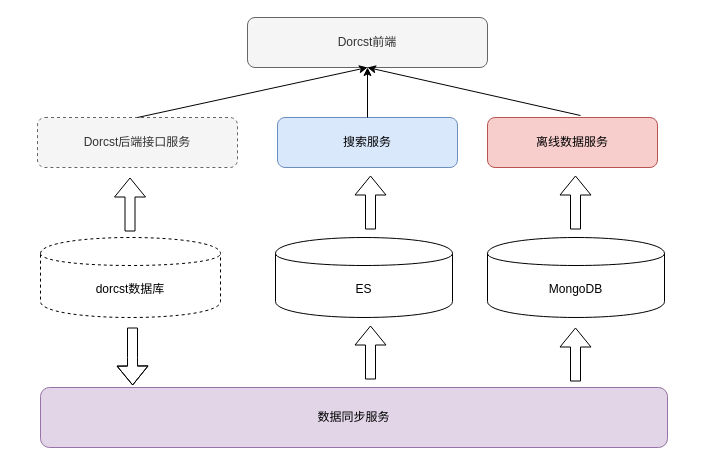
mianshenglee/dataStorage keeps this draw.io diagram as page "数据归档架构" (1 of 2) of drwaio/zzdx/dorcst离线数据归档.drawio. Above is the earlier version. Source tidied: cells renumbered, new cells numbered last; positions are measured from the earlier drawing's top-left corner, leaving out a move shared by most shapes. Both pictures are drawn from the tidied source at 100%, with x=0, y=0 at pixel (37, 17).
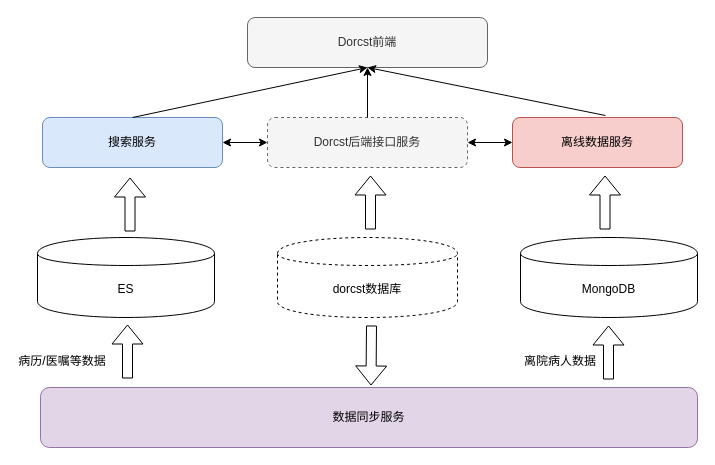
Above is the later version.

Commit message:
Update dorcst离线数据归档.drawio

Change to the diagram source:
```diff
@@
     <mxCell id="3" value="Dorcst后端接口服务" style="rounded=1;whiteSpace=wrap;html=1;dashed=1;fillColor=#f5f5f5;strokeColor=#666666;fontColor=#333333;" parent="1" vertex="1">
-      <mxGeometry y="100" width="200" height="50" as="geometry" />
+      <mxGeometry x="230" y="100" width="200" height="50" as="geometry" />
     </mxCell>
     <mxCell id="4" value="搜索服务" style="rounded=1;whiteSpace=wrap;html=1;fillColor=#dae8fc;strokeColor=#6c8ebf;" parent="1" vertex="1">
-      <mxGeometry x="240" y="100" width="180" height="50" as="geometry" />
+      <mxGeometry x="5" y="100" width="180" height="50" as="geometry" />
     </mxCell>
     <mxCell id="5" value="离线数据服务" style="rounded=1;whiteSpace=wrap;html=1;fillColor=#f8cecc;strokeColor=#b85450;" parent="1" vertex="1">
-      <mxGeometry x="450" y="100" width="170" height="50" as="geometry" />
+      <mxGeometry x="475" y="100" width="170" height="50" as="geometry" />
     </mxCell>
     <mxCell id="6" value="dorcst数据库" style="shape=cylinder;whiteSpace=wrap;html=1;boundedLbl=1;backgroundOutline=1;dashed=1;" parent="1" vertex="1">
-      <mxGeometry x="3" y="220" width="180" height="80" as="geometry" />
+      <mxGeometry x="240" y="220" width="180" height="80" as="geometry" />
     </mxCell>
     <mxCell id="7" value="ES" style="shape=cylinder;whiteSpace=wrap;html=1;boundedLbl=1;backgroundOutline=1;" parent="1" vertex="1">
-      <mxGeometry x="238" y="220" width="177" height="80" as="geometry" />
+      <mxGeometry y="220" width="177" height="80" as="geometry" />
     </mxCell>
     <mxCell id="8" value="MongoDB" style="shape=cylinder;whiteSpace=wrap;html=1;boundedLbl=1;backgroundOutline=1;" parent="1" vertex="1">
-      <mxGeometry x="450" y="220" width="177" height="80" as="geometry" />
+      <mxGeometry x="483" y="220" width="177" height="80" as="geometry" />
     </mxCell>
     <mxCell id="9" value="数据同步服务" style="rounded=1;whiteSpace=wrap;html=1;fillColor=#e1d5e7;strokeColor=#9673a6;" parent="1" vertex="1">
-      <mxGeometry x="3" y="370" width="627" height="60" as="geometry" />
+      <mxGeometry x="3" y="370" width="657" height="60" as="geometry" />
     </mxCell>
-    <mxCell id="10" style="shape=flexArrow;endArrow=classic;html=1;entryX=0.147;entryY=-0.033;entryDx=0;entryDy=0;entryPerimeter=0;" parent="1" edge="1" target="9">
-      <mxGeometry relative="1" as="geometry">
-        <mxPoint x="95" y="310" as="sourcePoint" />
-        <Array as="points">
-          <mxPoint x="95" y="340" />
-        </Array>
-      </mxGeometry>
-    </mxCell>
     <mxCell id="11" style="shape=flexArrow;endArrow=classic;html=1;entryX=0.469;entryY=1.025;entryDx=0;entryDy=0;entryPerimeter=0;" parent="1" edge="1">
       <mxGeometry relative="1" as="geometry">
-        <mxPoint x="333" y="362" as="sourcePoint" />
-        <mxPoint x="333" y="308" as="targetPoint" />
+        <mxPoint x="90" y="361" as="sourcePoint" />
+        <mxPoint x="90" y="307" as="targetPoint" />
       </mxGeometry>
     </mxCell>
     <mxCell id="12" style="shape=flexArrow;endArrow=classic;html=1;entryX=0.469;entryY=1.025;entryDx=0;entryDy=0;entryPerimeter=0;" parent="1" edge="1">
       <mxGeometry relative="1" as="geometry">
-        <mxPoint x="538" y="364" as="sourcePoint" />
-        <mxPoint x="538" y="310" as="targetPoint" />
+        <mxPoint x="571" y="362" as="sourcePoint" />
+        <mxPoint x="571" y="308" as="targetPoint" />
       </mxGeometry>
     </mxCell>
@@
     <mxCell id="15" style="shape=flexArrow;endArrow=classic;html=1;entryX=0.469;entryY=1.025;entryDx=0;entryDy=0;entryPerimeter=0;" parent="1" edge="1">
       <mxGeometry relative="1" as="geometry">
-        <mxPoint x="538" y="212" as="sourcePoint" />
-        <mxPoint x="538" y="158" as="targetPoint" />
+        <mxPoint x="567.5" y="212" as="sourcePoint" />
+        <mxPoint x="567.5" y="158" as="targetPoint" />
       </mxGeometry>
     </mxCell>
@@
+    <mxCell id="19" value="病历/医嘱等数据" style="text;html=1;strokeColor=none;fillColor=none;align=center;verticalAlign=middle;whiteSpace=wrap;rounded=0;" parent="1" vertex="1">
+      <mxGeometry x="-20" y="334" width="90" height="20" as="geometry" />
+    </mxCell>
+    <mxCell id="20" value="离院病人数据" style="text;html=1;strokeColor=none;fillColor=none;align=center;verticalAlign=middle;whiteSpace=wrap;rounded=0;" parent="1" vertex="1">
+      <mxGeometry x="478" y="334" width="90" height="20" as="geometry" />
+    </mxCell>
+    <mxCell id="21" style="shape=flexArrow;endArrow=classic;html=1;entryX=0.5;entryY=0;entryDx=0;entryDy=0;" parent="1" edge="1">
+      <mxGeometry relative="1" as="geometry">
+        <mxPoint x="334" y="308" as="sourcePoint" />
+        <mxPoint x="333.5" y="368" as="targetPoint" />
+      </mxGeometry>
+    </mxCell>
+    <mxCell id="22" style="endArrow=classic;startArrow=classic;html=1;exitX=1;exitY=0.5;exitDx=0;exitDy=0;entryX=0;entryY=0.5;entryDx=0;entryDy=0;" parent="1" edge="1" source="4" target="3">
+      <mxGeometry relative="1" as="geometry" />
+    </mxCell>
+    <mxCell id="23" style="endArrow=classic;startArrow=classic;html=1;entryX=0;entryY=0.5;entryDx=0;entryDy=0;exitX=1;exitY=0.5;exitDx=0;exitDy=0;" parent="1" edge="1" source="3" target="5">
+      <mxGeometry relative="1" as="geometry" />
+    </mxCell>
```
